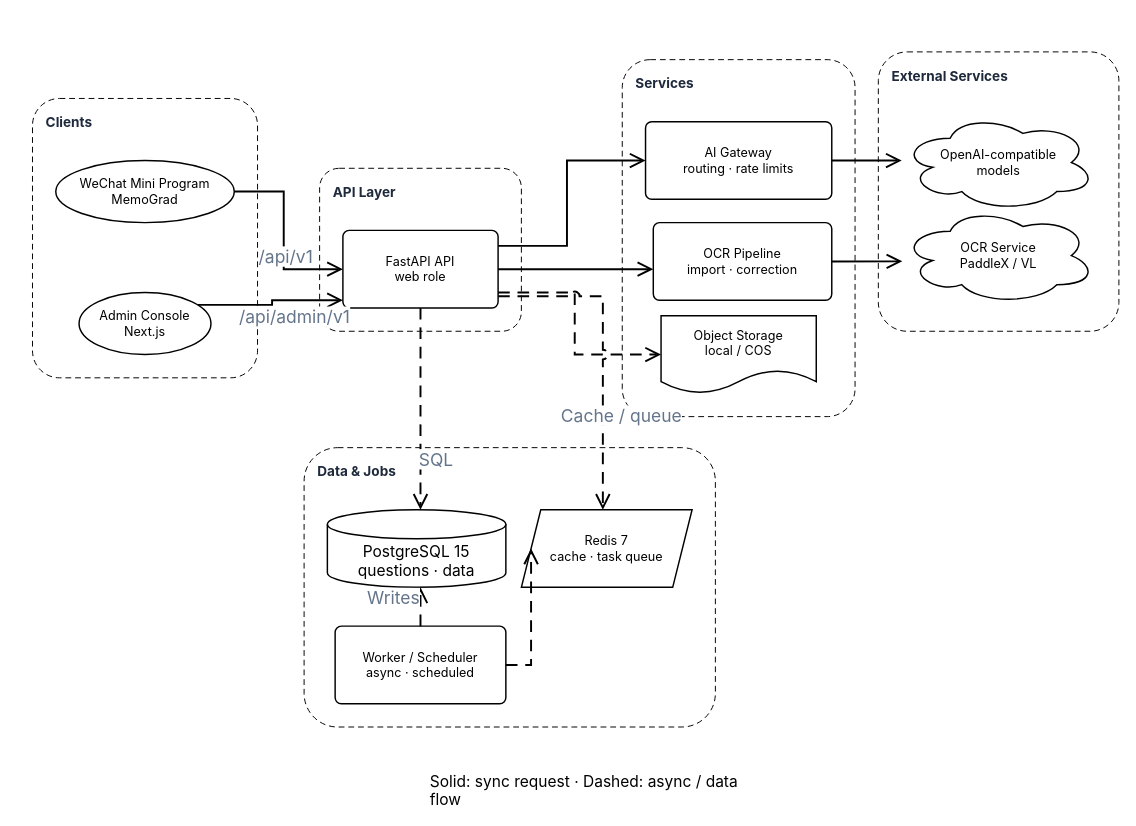
The draw.io diagram assets/architecture.en.drawio in ly9098-prog/postgraduate-exam-AI, before the edit. Source tidied: cells renumbered, new cells numbered last; positions are measured from the earlier drawing's top-left corner, leaving out a move shared by most shapes. Both pictures are drawn from the tidied source at 97%, with x=0, y=0 at pixel (32, 51).
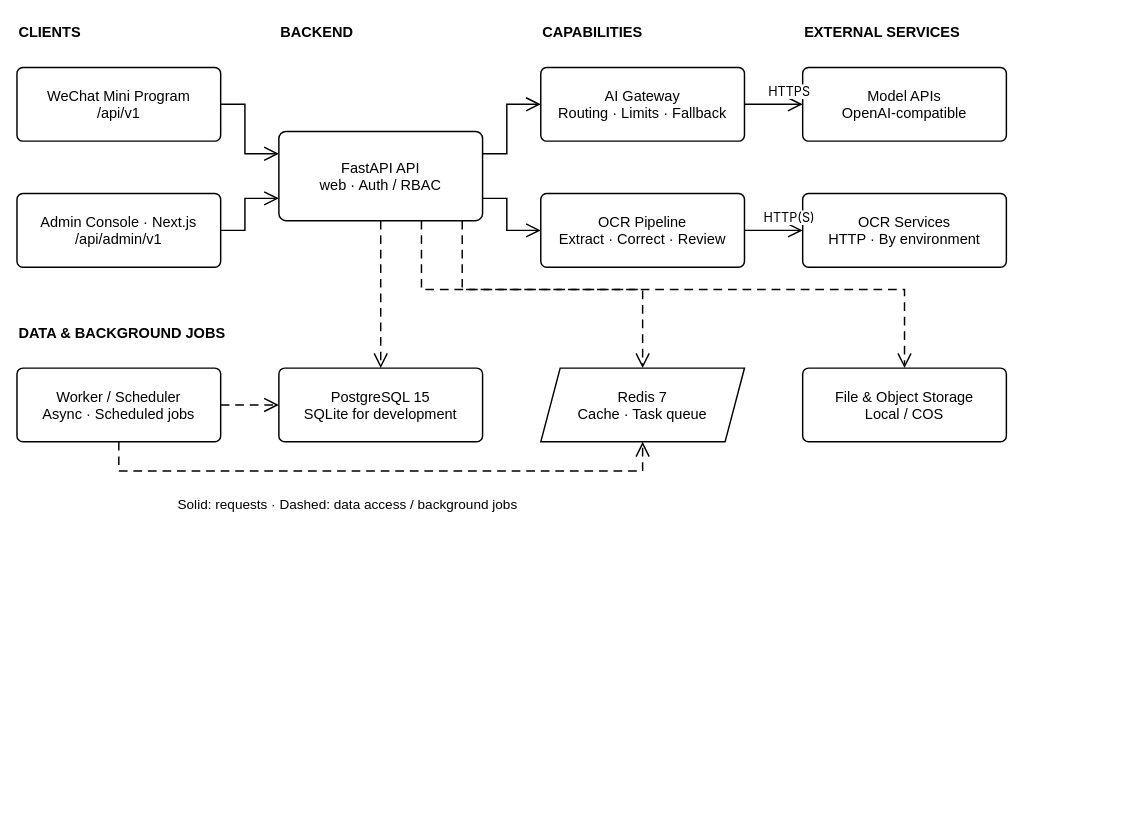
Above is the later version.

Commit message (it also covers changes not shown here):
docs(readme): 压缩黑白系统架构图排版

Change to the diagram source:
```diff
@@
-    <mxCell id="2" value="Clients" style="rounded=1;arcSize=12;html=1;whiteSpace=wrap;fillColor=none;strokeColor=#000000;strokeWidth=1;fontColor=#1E293B;fontSize=14;fontFamily=Inter, Roboto, system-ui, -apple-system, sans-serif;fontStyle=1;verticalAlign=top;align=left;spacingLeft=12;spacingTop=10;dashed=1;dashPattern=6 4;" parent="1" vertex="1">
-      <mxGeometry y="48" width="232" height="288" as="geometry" />
+    <mxCell id="2" value="CLIENTS" style="text;html=1;whiteSpace=wrap;labelBackgroundColor=none;fillColor=none;strokeColor=none;strokeWidth=1.5;fontColor=#000000;fontSize=15;fontFamily=Arial,Noto Sans CJK SC,sans-serif;align=left;verticalAlign=top;fontStyle=1;" parent="1" vertex="1">
+      <mxGeometry x="-16" y="-36" width="210" height="32" as="geometry" />
     </mxCell>
-    <mxCell id="3" value="API Layer" style="rounded=1;arcSize=12;html=1;whiteSpace=wrap;fillColor=none;strokeColor=#000000;strokeWidth=1;fontColor=#1E293B;fontSize=14;fontFamily=Inter, Roboto, system-ui, -apple-system, sans-serif;fontStyle=1;verticalAlign=top;align=left;spacingLeft=12;spacingTop=10;dashed=1;dashPattern=6 4;" parent="1" vertex="1">
-      <mxGeometry x="296" y="120" width="208" height="168" as="geometry" />
+    <mxCell id="3" value="BACKEND" style="text;html=1;whiteSpace=wrap;labelBackgroundColor=none;fillColor=none;strokeColor=none;strokeWidth=1.5;fontColor=#000000;fontSize=15;fontFamily=Arial,Noto Sans CJK SC,sans-serif;align=left;verticalAlign=top;fontStyle=1;" parent="1" vertex="1">
+      <mxGeometry x="254" y="-36" width="210" height="32" as="geometry" />
     </mxCell>
-    <mxCell id="4" value="Services" style="rounded=1;arcSize=12;html=1;whiteSpace=wrap;fillColor=none;strokeColor=#000000;strokeWidth=1;fontColor=#1E293B;fontSize=14;fontFamily=Inter, Roboto, system-ui, -apple-system, sans-serif;fontStyle=1;verticalAlign=top;align=left;spacingLeft=12;spacingTop=10;dashed=1;dashPattern=6 4;" parent="1" vertex="1">
-      <mxGeometry x="608" y="8" width="240" height="368" as="geometry" />
+    <mxCell id="4" value="CAPABILITIES" style="text;html=1;whiteSpace=wrap;labelBackgroundColor=none;fillColor=none;strokeColor=none;strokeWidth=1.5;fontColor=#000000;fontSize=15;fontFamily=Arial,Noto Sans CJK SC,sans-serif;align=left;verticalAlign=top;fontStyle=1;" parent="1" vertex="1">
+      <mxGeometry x="524" y="-36" width="210" height="32" as="geometry" />
     </mxCell>
-    <mxCell id="5" value="Data &amp; Jobs" style="rounded=1;arcSize=12;html=1;whiteSpace=wrap;fillColor=none;strokeColor=#000000;strokeWidth=1;fontColor=#1E293B;fontSize=14;fontFamily=Inter, Roboto, system-ui, -apple-system, sans-serif;fontStyle=1;verticalAlign=top;align=left;spacingLeft=12;spacingTop=10;dashed=1;dashPattern=6 4;" parent="1" vertex="1">
-      <mxGeometry x="280" y="408" width="424" height="288" as="geometry" />
+    <mxCell id="5" value="EXTERNAL SERVICES" style="text;html=1;whiteSpace=wrap;labelBackgroundColor=none;fillColor=none;strokeColor=none;strokeWidth=1.5;fontColor=#000000;fontSize=15;fontFamily=Arial,Noto Sans CJK SC,sans-serif;align=left;verticalAlign=top;fontStyle=1;" parent="1" vertex="1">
+      <mxGeometry x="794" y="-36" width="210" height="32" as="geometry" />
     </mxCell>
-    <mxCell id="6" value="External Services" style="rounded=1;arcSize=12;html=1;whiteSpace=wrap;fillColor=none;strokeColor=#000000;strokeWidth=1;fontColor=#1E293B;fontSize=14;fontFamily=Inter, Roboto, system-ui, -apple-system, sans-serif;fontStyle=1;verticalAlign=top;align=left;spacingLeft=12;spacingTop=10;dashed=1;dashPattern=6 4;" parent="1" vertex="1">
-      <mxGeometry x="872" width="248" height="288" as="geometry" />
+    <mxCell id="6" value="WeChat Mini Program&lt;br&gt;/api/v1" style="rounded=1;arcSize=8;html=1;whiteSpace=wrap;fillColor=#FFFFFF;strokeColor=#000000;strokeWidth=1.5;fontColor=#000000;fontSize=15;fontFamily=Arial,Noto Sans CJK SC,sans-serif;verticalAlign=middle;align=center;" parent="1" vertex="1">
+      <mxGeometry x="-16" y="16" width="210" height="76" as="geometry" />
     </mxCell>
-    <mxCell id="7" value="WeChat Mini Program&lt;br&gt;MemoGrad" style="ellipse;html=1;whiteSpace=wrap;fillColor=#FFFFFF;strokeColor=#000000;strokeWidth=1.5;fontColor=#000000;fontSize=13;fontFamily=Inter, Roboto, system-ui, -apple-system, sans-serif;verticalAlign=middle;align=center;" parent="2" vertex="1">
-      <mxGeometry x="24" y="64" width="184" height="64" as="geometry" />
+    <mxCell id="7" value="Admin Console · Next.js&lt;br&gt;/api/admin/v1" style="rounded=1;arcSize=8;html=1;whiteSpace=wrap;fillColor=#FFFFFF;strokeColor=#000000;strokeWidth=1.5;fontColor=#000000;fontSize=15;fontFamily=Arial,Noto Sans CJK SC,sans-serif;verticalAlign=middle;align=center;" parent="1" vertex="1">
+      <mxGeometry x="-16" y="146" width="210" height="76" as="geometry" />
     </mxCell>
-    <mxCell id="8" value="Admin Console&lt;br&gt;Next.js" style="ellipse;html=1;whiteSpace=wrap;fillColor=#FFFFFF;strokeColor=#000000;strokeWidth=1.5;fontColor=#000000;fontSize=13;fontFamily=Inter, Roboto, system-ui, -apple-system, sans-serif;verticalAlign=middle;align=center;" parent="2" vertex="1">
-      <mxGeometry x="48" y="200" width="136" height="64" as="geometry" />
+    <mxCell id="8" value="FastAPI API&lt;br&gt;web · Auth / RBAC" style="rounded=1;arcSize=8;html=1;whiteSpace=wrap;fillColor=#FFFFFF;strokeColor=#000000;strokeWidth=1.5;fontColor=#000000;fontSize=15;fontFamily=Arial,Noto Sans CJK SC,sans-serif;verticalAlign=middle;align=center;" parent="1" vertex="1">
+      <mxGeometry x="254" y="82" width="210" height="92" as="geometry" />
     </mxCell>
-    <mxCell id="9" value="FastAPI API&lt;br&gt;web role" style="rounded=1;arcSize=8;html=1;whiteSpace=wrap;fillColor=#FFFFFF;strokeColor=#000000;strokeWidth=1.5;fontColor=#000000;fontSize=13;fontFamily=Inter, Roboto, system-ui, -apple-system, sans-serif;verticalAlign=middle;align=center;" parent="3" vertex="1">
-      <mxGeometry x="24" y="64" width="160" height="80" as="geometry" />
+    <mxCell id="9" value="AI Gateway&lt;br&gt;Routing · Limits · Fallback" style="rounded=1;arcSize=8;html=1;whiteSpace=wrap;fillColor=#FFFFFF;strokeColor=#000000;strokeWidth=1.5;fontColor=#000000;fontSize=15;fontFamily=Arial,Noto Sans CJK SC,sans-serif;verticalAlign=middle;align=center;" parent="1" vertex="1">
+      <mxGeometry x="524" y="16" width="210" height="76" as="geometry" />
     </mxCell>
-    <mxCell id="10" value="AI Gateway&lt;br&gt;routing · rate limits" style="rounded=1;arcSize=8;html=1;whiteSpace=wrap;fillColor=#FFFFFF;strokeColor=#000000;strokeWidth=1.5;fontColor=#000000;fontSize=13;fontFamily=Inter, Roboto, system-ui, -apple-system, sans-serif;verticalAlign=middle;align=center;" parent="4" vertex="1">
-      <mxGeometry x="24" y="64" width="192" height="80" as="geometry" />
+    <mxCell id="10" value="OCR Pipeline&lt;br&gt;Extract · Correct · Review" style="rounded=1;arcSize=8;html=1;whiteSpace=wrap;fillColor=#FFFFFF;strokeColor=#000000;strokeWidth=1.5;fontColor=#000000;fontSize=15;fontFamily=Arial,Noto Sans CJK SC,sans-serif;verticalAlign=middle;align=center;" parent="1" vertex="1">
+      <mxGeometry x="524" y="146" width="210" height="76" as="geometry" />
     </mxCell>
-    <mxCell id="11" value="OCR Pipeline&lt;br&gt;import · correction" style="rounded=1;arcSize=8;html=1;whiteSpace=wrap;fillColor=#FFFFFF;strokeColor=#000000;strokeWidth=1.5;fontColor=#000000;fontSize=13;fontFamily=Inter, Roboto, system-ui, -apple-system, sans-serif;verticalAlign=middle;align=center;" parent="4" vertex="1">
-      <mxGeometry x="32" y="168" width="184" height="80" as="geometry" />
+    <mxCell id="11" value="Model APIs&lt;br&gt;OpenAI-compatible" style="rounded=1;arcSize=8;html=1;whiteSpace=wrap;fillColor=#FFFFFF;strokeColor=#000000;strokeWidth=1.5;fontColor=#000000;fontSize=15;fontFamily=Arial,Noto Sans CJK SC,sans-serif;verticalAlign=middle;align=center;" parent="1" vertex="1">
+      <mxGeometry x="794" y="16" width="210" height="76" as="geometry" />
     </mxCell>
-    <mxCell id="12" value="Object Storage&lt;br&gt;local / COS" style="shape=document;boundedLbl=1;html=1;whiteSpace=wrap;fillColor=#FFFFFF;strokeColor=#000000;strokeWidth=1.5;fontColor=#000000;fontSize=13;fontFamily=Inter, Roboto, system-ui, -apple-system, sans-serif;verticalAlign=middle;align=center;" parent="4" vertex="1">
-      <mxGeometry x="40" y="264" width="160" height="80" as="geometry" />
+    <mxCell id="12" value="OCR Services&lt;br&gt;HTTP · By environment" style="rounded=1;arcSize=8;html=1;whiteSpace=wrap;fillColor=#FFFFFF;strokeColor=#000000;strokeWidth=1.5;fontColor=#000000;fontSize=15;fontFamily=Arial,Noto Sans CJK SC,sans-serif;verticalAlign=middle;align=center;" parent="1" vertex="1">
+      <mxGeometry x="794" y="146" width="210" height="76" as="geometry" />
     </mxCell>
-    <mxCell id="13" value="PostgreSQL 15&lt;br&gt;questions · data" style="shape=cylinder3;boundedLbl=1;backgroundOutline=1;size=15;html=1;whiteSpace=wrap;fillColor=#FFFFFF;strokeColor=#000000;strokeWidth=1.5;fontColor=#000000;fontSize=16;fontFamily=Inter, Roboto, system-ui, -apple-system, sans-serif;verticalAlign=middle;align=center;" parent="5" vertex="1">
-      <mxGeometry x="24" y="64" width="184" height="80" as="geometry" />
+    <mxCell id="13" value="DATA &amp; BACKGROUND JOBS" style="text;html=1;whiteSpace=wrap;labelBackgroundColor=none;fillColor=none;strokeColor=none;strokeWidth=1.5;fontColor=#000000;fontSize=15;fontFamily=Arial,Noto Sans CJK SC,sans-serif;align=left;verticalAlign=top;fontStyle=1;" parent="1" vertex="1">
+      <mxGeometry x="-16" y="274" width="240" height="32" as="geometry" />
     </mxCell>
-    <mxCell id="14" value="Redis 7&lt;br&gt;cache · task queue" style="shape=parallelogram;perimeter=parallelogramPerimeter;fixedSize=1;html=1;whiteSpace=wrap;fillColor=#FFFFFF;strokeColor=#000000;strokeWidth=1.5;fontColor=#000000;fontSize=13;fontFamily=Inter, Roboto, system-ui, -apple-system, sans-serif;verticalAlign=middle;align=center;" parent="5" vertex="1">
-      <mxGeometry x="224" y="64" width="176" height="80" as="geometry" />
+    <mxCell id="14" value="Worker / Scheduler&lt;br&gt;Async · Scheduled jobs" style="rounded=1;arcSize=8;html=1;whiteSpace=wrap;fillColor=#FFFFFF;strokeColor=#000000;strokeWidth=1.5;fontColor=#000000;fontSize=15;fontFamily=Arial,Noto Sans CJK SC,sans-serif;verticalAlign=middle;align=center;" parent="1" vertex="1">
+      <mxGeometry x="-16" y="326" width="210" height="76" as="geometry" />
     </mxCell>
-    <mxCell id="15" value="Worker / Scheduler&lt;br&gt;async · scheduled" style="rounded=1;arcSize=8;html=1;whiteSpace=wrap;fillColor=#FFFFFF;strokeColor=#000000;strokeWidth=1.5;fontColor=#000000;fontSize=13;fontFamily=Inter, Roboto, system-ui, -apple-system, sans-serif;verticalAlign=middle;align=center;" parent="5" vertex="1">
-      <mxGeometry x="32" y="184" width="176" height="80" as="geometry" />
+    <mxCell id="15" value="PostgreSQL 15&lt;br&gt;SQLite for development" style="rounded=1;arcSize=8;html=1;whiteSpace=wrap;fillColor=#FFFFFF;strokeColor=#000000;strokeWidth=1.5;fontColor=#000000;fontSize=15;fontFamily=Arial,Noto Sans CJK SC,sans-serif;verticalAlign=middle;align=center;" parent="1" vertex="1">
+      <mxGeometry x="254" y="326" width="210" height="76" as="geometry" />
     </mxCell>
-    <mxCell id="16" value="OpenAI-compatible&lt;br&gt;models" style="ellipse;shape=cloud;html=1;whiteSpace=wrap;fillColor=#FFFFFF;strokeColor=#000000;strokeWidth=1.5;fontColor=#000000;fontSize=13;fontFamily=Inter, Roboto, system-ui, -apple-system, sans-serif;verticalAlign=middle;align=center;" parent="6" vertex="1">
-      <mxGeometry x="24" y="64" width="200" height="100" as="geometry" />
+    <mxCell id="16" value="Redis 7&lt;br&gt;Cache · Task queue" style="shape=parallelogram;perimeter=parallelogramPerimeter;fixedSize=1;html=1;whiteSpace=wrap;fillColor=#FFFFFF;strokeColor=#000000;strokeWidth=1.5;fontColor=#000000;fontSize=15;fontFamily=Arial,Noto Sans CJK SC,sans-serif;verticalAlign=middle;align=center;" parent="1" vertex="1">
+      <mxGeometry x="524" y="326" width="210" height="76" as="geometry" />
     </mxCell>
-    <mxCell id="17" value="OCR Service&lt;br&gt;PaddleX / VL" style="ellipse;shape=cloud;html=1;whiteSpace=wrap;fillColor=#FFFFFF;strokeColor=#000000;strokeWidth=1.5;fontColor=#000000;fontSize=13;fontFamily=Inter, Roboto, system-ui, -apple-system, sans-serif;verticalAlign=middle;align=center;" parent="6" vertex="1">
-      <mxGeometry x="24" y="160" width="200" height="100" as="geometry" />
+    <mxCell id="17" value="File &amp; Object Storage&lt;br&gt;Local / COS" style="rounded=1;arcSize=8;html=1;whiteSpace=wrap;fillColor=#FFFFFF;strokeColor=#000000;strokeWidth=1.5;fontColor=#000000;fontSize=15;fontFamily=Arial,Noto Sans CJK SC,sans-serif;verticalAlign=middle;align=center;" parent="1" vertex="1">
+      <mxGeometry x="794" y="326" width="210" height="76" as="geometry" />
     </mxCell>
-    <mxCell id="18" value="Solid: sync request · Dashed: async / data flow" style="text;html=1;whiteSpace=wrap;labelBackgroundColor=none;fillColor=none;strokeColor=none;strokeWidth=0;fontColor=#000000;fontSize=16;fontFamily=Inter, Roboto, system-ui, -apple-system, sans-serif;align=left;verticalAlign=top;" parent="1" vertex="1">
-      <mxGeometry x="408" y="736" width="320" height="35" as="geometry" />
+    <mxCell id="18" value="Solid: requests     ·     Dashed: data access / background jobs" style="text;html=1;whiteSpace=wrap;labelBackgroundColor=none;fillColor=none;strokeColor=none;strokeWidth=1.5;fontColor=#000000;fontSize=14;fontFamily=Arial,Noto Sans CJK SC,sans-serif;align=left;verticalAlign=top;" parent="1" vertex="1">
+      <mxGeometry x="148" y="452" width="700" height="32" as="geometry" />
     </mxCell>
-    <mxCell id="19" style="edgeStyle=orthogonalEdgeStyle;rounded=0;jettySize=auto;html=1;strokeColor=#000000;strokeWidth=2;endArrow=open;endFill=0;endSize=12;exitX=1;exitY=0.5;exitDx=0;exitDy=0;entryX=0;entryY=0.5;entryDx=0;entryDy=0;jumpStyle=arc;jumpSize=8;" parent="1" edge="1" source="7" target="9">
+    <mxCell id="19" style="edgeStyle=orthogonalEdgeStyle;rounded=0;jettySize=auto;html=1;strokeColor=#000000;strokeWidth=1.5;endArrow=open;endFill=0;endSize=12;exitX=1;exitY=0.5;exitDx=0;exitDy=0;entryX=0;entryY=0.25;entryDx=0;entryDy=0;jumpStyle=arc;jumpSize=8;" parent="1" edge="1" source="6" target="8">
       <mxGeometry relative="1" as="geometry" />
     </mxCell>
-    <mxCell id="20" value="/api/v1" style="edgeLabel;html=1;align=center;verticalAlign=middle;fontSize=18;fontColor=#64748B;fontFamily=Inter, Roboto, system-ui, -apple-system, sans-serif;" parent="19" vertex="1">
-      <mxGeometry x="0.5" relative="1" as="geometry">
-        <mxPoint x="-12" y="-14" as="offset" />
-      </mxGeometry>
+    <mxCell id="20" style="edgeStyle=orthogonalEdgeStyle;rounded=0;jettySize=auto;html=1;strokeColor=#000000;strokeWidth=1.5;endArrow=open;endFill=0;endSize=12;exitX=1;exitY=0.5;exitDx=0;exitDy=0;entryX=0;entryY=0.75;entryDx=0;entryDy=0;jumpStyle=arc;jumpSize=8;" parent="1" edge="1" source="7" target="8">
+      <mxGeometry relative="1" as="geometry" />
     </mxCell>
-    <mxCell id="21" style="edgeStyle=orthogonalEdgeStyle;rounded=0;jettySize=auto;html=1;strokeColor=#000000;strokeWidth=2;endArrow=open;endFill=0;endSize=12;exitX=1;exitY=0.125;exitDx=0;exitDy=0;entryX=0;entryY=0.9;entryDx=0;entryDy=0;jumpStyle=arc;jumpSize=8;" parent="1" edge="1" source="8" target="9">
+    <mxCell id="21" style="edgeStyle=orthogonalEdgeStyle;rounded=0;jettySize=auto;html=1;strokeColor=#000000;strokeWidth=1.5;endArrow=open;endFill=0;endSize=12;exitX=1;exitY=0.25;exitDx=0;exitDy=0;entryX=0;entryY=0.5;entryDx=0;entryDy=0;jumpStyle=arc;jumpSize=8;" parent="1" edge="1" source="8" target="9">
       <mxGeometry relative="1" as="geometry" />
     </mxCell>
-    <mxCell id="22" value="/api/admin/v1" style="edgeLabel;html=1;align=center;verticalAlign=middle;fontSize=18;fontColor=#64748B;fontFamily=Inter, Roboto, system-ui, -apple-system, sans-serif;" parent="21" vertex="1">
-      <mxGeometry x="0.5" relative="1" as="geometry">
-        <mxPoint x="-12" y="16" as="offset" />
-      </mxGeometry>
+    <mxCell id="22" style="edgeStyle=orthogonalEdgeStyle;rounded=0;jettySize=auto;html=1;strokeColor=#000000;strokeWidth=1.5;endArrow=open;endFill=0;endSize=12;exitX=1;exitY=0.75;exitDx=0;exitDy=0;entryX=0;entryY=0.5;entryDx=0;entryDy=0;jumpStyle=arc;jumpSize=8;" parent="1" edge="1" source="8" target="10">
+      <mxGeometry relative="1" as="geometry" />
     </mxCell>
-    <mxCell id="23" style="edgeStyle=orthogonalEdgeStyle;rounded=0;jettySize=auto;html=1;strokeColor=#000000;strokeWidth=2;endArrow=open;endFill=0;endSize=12;exitX=1;exitY=0.2;exitDx=0;exitDy=0;entryX=0;entryY=0.5;entryDx=0;entryDy=0;jumpStyle=arc;jumpSize=8;" parent="1" edge="1" source="9" target="10">
+    <mxCell id="23" style="edgeStyle=orthogonalEdgeStyle;rounded=0;jettySize=auto;html=1;strokeColor=#000000;strokeWidth=1.5;endArrow=open;endFill=0;endSize=12;exitX=1;exitY=0.5;exitDx=0;exitDy=0;entryX=0;entryY=0.5;entryDx=0;entryDy=0;jumpStyle=arc;jumpSize=8;" parent="1" edge="1" source="9" target="11">
       <mxGeometry relative="1" as="geometry" />
     </mxCell>
-    <mxCell id="24" style="edgeStyle=orthogonalEdgeStyle;rounded=0;jettySize=auto;html=1;strokeColor=#000000;strokeWidth=2;endArrow=open;endFill=0;endSize=12;exitX=1;exitY=0.5;exitDx=0;exitDy=0;entryX=0;entryY=0.6;entryDx=0;entryDy=0;jumpStyle=arc;jumpSize=8;" parent="1" edge="1" source="9" target="11">
-      <mxGeometry relative="1" as="geometry" />
+    <mxCell id="24" value="HTTPS" style="edgeLabel;html=1;align=center;verticalAlign=middle;fontSize=13;fontColor=#000000;fontFamily=Inter, Roboto, system-ui, -apple-system, sans-serif;" parent="23" vertex="1">
+      <mxGeometry x="0.5" relative="1" as="geometry">
+        <mxPoint y="-14" as="offset" />
+      </mxGeometry>
     </mxCell>
-    <mxCell id="25" style="edgeStyle=orthogonalEdgeStyle;rounded=0;jettySize=auto;html=1;strokeColor=#000000;strokeWidth=2;endArrow=open;endFill=0;endSize=12;exitX=1;exitY=0.8;exitDx=0;exitDy=0;entryX=0;entryY=0.5;entryDx=0;entryDy=0;dashed=1;dashPattern=6 4;jumpStyle=arc;jumpSize=8;" parent="1" edge="1" source="9" target="12">
+    <mxCell id="25" style="edgeStyle=orthogonalEdgeStyle;rounded=0;jettySize=auto;html=1;strokeColor=#000000;strokeWidth=1.5;endArrow=open;endFill=0;endSize=12;exitX=1;exitY=0.5;exitDx=0;exitDy=0;entryX=0;entryY=0.5;entryDx=0;entryDy=0;jumpStyle=arc;jumpSize=8;" parent="1" edge="1" source="10" target="12">
       <mxGeometry relative="1" as="geometry" />
     </mxCell>
-    <mxCell id="26" style="edgeStyle=orthogonalEdgeStyle;rounded=0;jettySize=auto;html=1;strokeColor=#000000;strokeWidth=2;endArrow=open;endFill=0;endSize=12;exitX=0.5;exitY=1;exitDx=0;exitDy=0;entryX=0.5217;entryY=0;entryDx=0;entryDy=0;dashed=1;dashPattern=6 4;jumpStyle=arc;jumpSize=8;" parent="1" edge="1" source="9" target="13">
-      <mxGeometry relative="1" as="geometry" />
+    <mxCell id="26" value="HTTP(S)" style="edgeLabel;html=1;align=center;verticalAlign=middle;fontSize=13;fontColor=#000000;fontFamily=Inter, Roboto, system-ui, -apple-system, sans-serif;" parent="25" vertex="1">
+      <mxGeometry x="0.5" relative="1" as="geometry">
+        <mxPoint y="-14" as="offset" />
+      </mxGeometry>
     </mxCell>
-    <mxCell id="27" value="SQL" style="edgeLabel;html=1;align=center;verticalAlign=middle;fontSize=18;fontColor=#64748B;fontFamily=Inter, Roboto, system-ui, -apple-system, sans-serif;" parent="26" vertex="1">
-      <mxGeometry x="0.5" relative="1" as="geometry">
-        <mxPoint x="16" as="offset" />
-      </mxGeometry>
+    <mxCell id="27" style="edgeStyle=orthogonalEdgeStyle;rounded=0;jettySize=auto;html=1;strokeColor=#000000;strokeWidth=1.5;endArrow=open;endFill=0;endSize=12;exitX=0.5;exitY=1;exitDx=0;exitDy=0;entryX=0.5;entryY=0;entryDx=0;entryDy=0;dashed=1;dashPattern=6 4;jumpStyle=arc;jumpSize=8;" parent="1" edge="1" source="8" target="15">
+      <mxGeometry relative="1" as="geometry" />
     </mxCell>
-    <mxCell id="28" style="edgeStyle=orthogonalEdgeStyle;rounded=0;jettySize=auto;html=1;strokeColor=#000000;strokeWidth=2;endArrow=open;endFill=0;endSize=12;dashed=1;dashPattern=6 4;jumpStyle=arc;jumpSize=8;" parent="1" edge="1" source="9" target="14">
-      <mxGeometry relative="1" as="geometry">
-        <Array as="points">
-          <mxPoint x="588" y="252" />
-        </Array>
-      </mxGeometry>
+    <mxCell id="28" style="edgeStyle=orthogonalEdgeStyle;rounded=0;jettySize=auto;html=1;strokeColor=#000000;strokeWidth=1.5;endArrow=open;endFill=0;endSize=12;exitX=0.7;exitY=1;exitDx=0;exitDy=0;entryX=0.5;entryY=0;entryDx=0;entryDy=0;dashed=1;dashPattern=6 4;jumpStyle=arc;jumpSize=8;" parent="1" edge="1" source="8" target="16">
+      <mxGeometry relative="1" as="geometry" />
     </mxCell>
-    <mxCell id="29" value="Cache / queue" style="edgeLabel;html=1;align=center;verticalAlign=middle;fontSize=18;fontColor=#64748B;fontFamily=Inter, Roboto, system-ui, -apple-system, sans-serif;" parent="28" vertex="1">
-      <mxGeometry x="0.5" relative="1" as="geometry">
-        <mxPoint x="18" y="-16" as="offset" />
-      </mxGeometry>
+    <mxCell id="29" style="edgeStyle=orthogonalEdgeStyle;rounded=0;jettySize=auto;html=1;strokeColor=#000000;strokeWidth=1.5;endArrow=open;endFill=0;endSize=12;exitX=0.9;exitY=1;exitDx=0;exitDy=0;entryX=0.5;entryY=0;entryDx=0;entryDy=0;dashed=1;dashPattern=6 4;jumpStyle=arc;jumpSize=8;" parent="1" edge="1" source="8" target="17">
+      <mxGeometry relative="1" as="geometry" />
     </mxCell>
-    <mxCell id="30" style="edgeStyle=orthogonalEdgeStyle;rounded=0;jettySize=auto;html=1;strokeColor=#000000;strokeWidth=2;endArrow=open;endFill=0;endSize=12;exitX=1;exitY=0.5;exitDx=0;exitDy=0;entryX=0;entryY=0.48;entryDx=0;entryDy=0;jumpStyle=arc;jumpSize=8;" parent="1" edge="1" source="10" target="16">
+    <mxCell id="30" style="edgeStyle=orthogonalEdgeStyle;rounded=0;jettySize=auto;html=1;strokeColor=#000000;strokeWidth=1.5;endArrow=open;endFill=0;endSize=12;exitX=1;exitY=0.5;exitDx=0;exitDy=0;entryX=0;entryY=0.5;entryDx=0;entryDy=0;dashed=1;dashPattern=6 4;jumpStyle=arc;jumpSize=8;" parent="1" edge="1" source="14" target="15">
       <mxGeometry relative="1" as="geometry" />
     </mxCell>
-    <mxCell id="31" style="edgeStyle=orthogonalEdgeStyle;rounded=0;jettySize=auto;html=1;strokeColor=#000000;strokeWidth=2;endArrow=open;endFill=0;endSize=12;exitX=1;exitY=0.5;exitDx=0;exitDy=0;entryX=0;entryY=0.56;entryDx=0;entryDy=0;jumpStyle=arc;jumpSize=8;" parent="1" edge="1" source="11" target="17">
-      <mxGeometry relative="1" as="geometry" />
+    <mxCell id="31" style="edgeStyle=orthogonalEdgeStyle;rounded=0;jettySize=auto;html=1;strokeColor=#000000;strokeWidth=1.5;endArrow=open;endFill=0;endSize=12;dashed=1;dashPattern=6 4;jumpStyle=arc;jumpSize=8;" parent="1" edge="1" source="14" target="16">
+      <mxGeometry relative="1" as="geometry">
+        <Array as="points">
+          <mxPoint x="89" y="432" />
+          <mxPoint x="629" y="432" />
+        </Array>
+      </mxGeometry>
     </mxCell>
-    <mxCell id="32" style="edgeStyle=orthogonalEdgeStyle;rounded=0;jettySize=auto;html=1;strokeColor=#000000;strokeWidth=2;endArrow=open;endFill=0;endSize=12;exitX=0.5;exitY=0;exitDx=0;exitDy=0;entryX=0.5217;entryY=1;entryDx=0;entryDy=0;dashed=1;dashPattern=6 4;jumpStyle=arc;jumpSize=8;" parent="1" edge="1" source="15" target="13">
-      <mxGeometry relative="1" as="geometry" />
-    </mxCell>
-    <mxCell id="33" value="Writes" style="edgeLabel;html=1;align=center;verticalAlign=middle;fontSize=18;fontColor=#64748B;fontFamily=Inter, Roboto, system-ui, -apple-system, sans-serif;" parent="32" vertex="1">
-      <mxGeometry x="0.5" relative="1" as="geometry">
-        <mxPoint x="-28" as="offset" />
-      </mxGeometry>
-    </mxCell>
-    <mxCell id="34" style="edgeStyle=orthogonalEdgeStyle;rounded=0;jettySize=auto;html=1;strokeColor=#000000;strokeWidth=2;endArrow=open;endFill=0;endSize=12;exitX=1;exitY=0.5;exitDx=0;exitDy=0;entryX=0;entryY=0.5;entryDx=0;entryDy=0;dashed=1;dashPattern=6 4;jumpStyle=arc;jumpSize=8;" parent="1" edge="1" source="15" target="14">
-      <mxGeometry relative="1" as="geometry" />
-    </mxCell>
```
